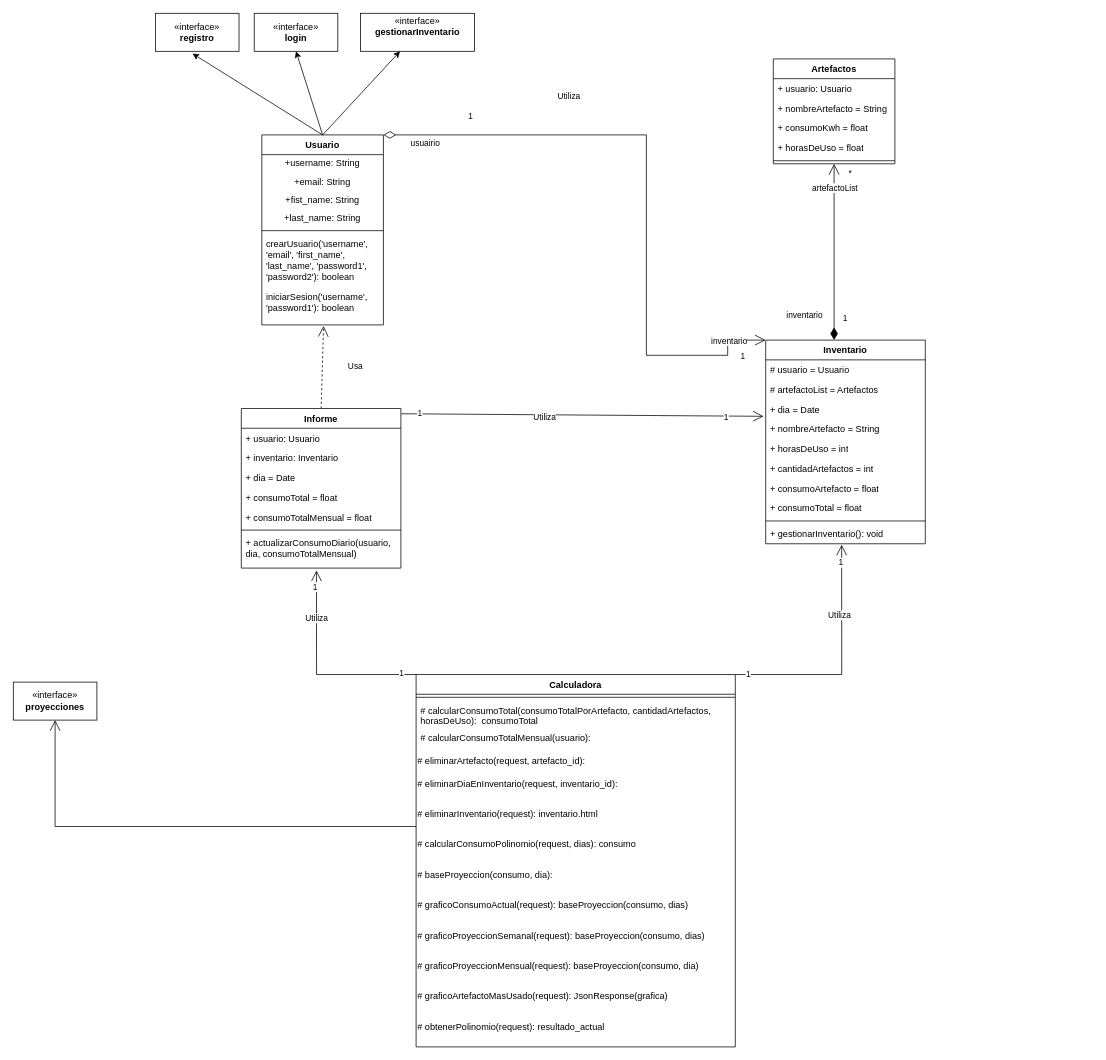
This is consumoEnergia.drawio from SantiagoTamayo2002/UML, a draw.io file, before an edit. Source tidied: cells renumbered, new cells numbered last; positions are measured from the earlier drawing's top-left corner, leaving out a move shared by most shapes. Both pictures are drawn from the tidied source at 76%, with x=0, y=0 at pixel (13, 13).
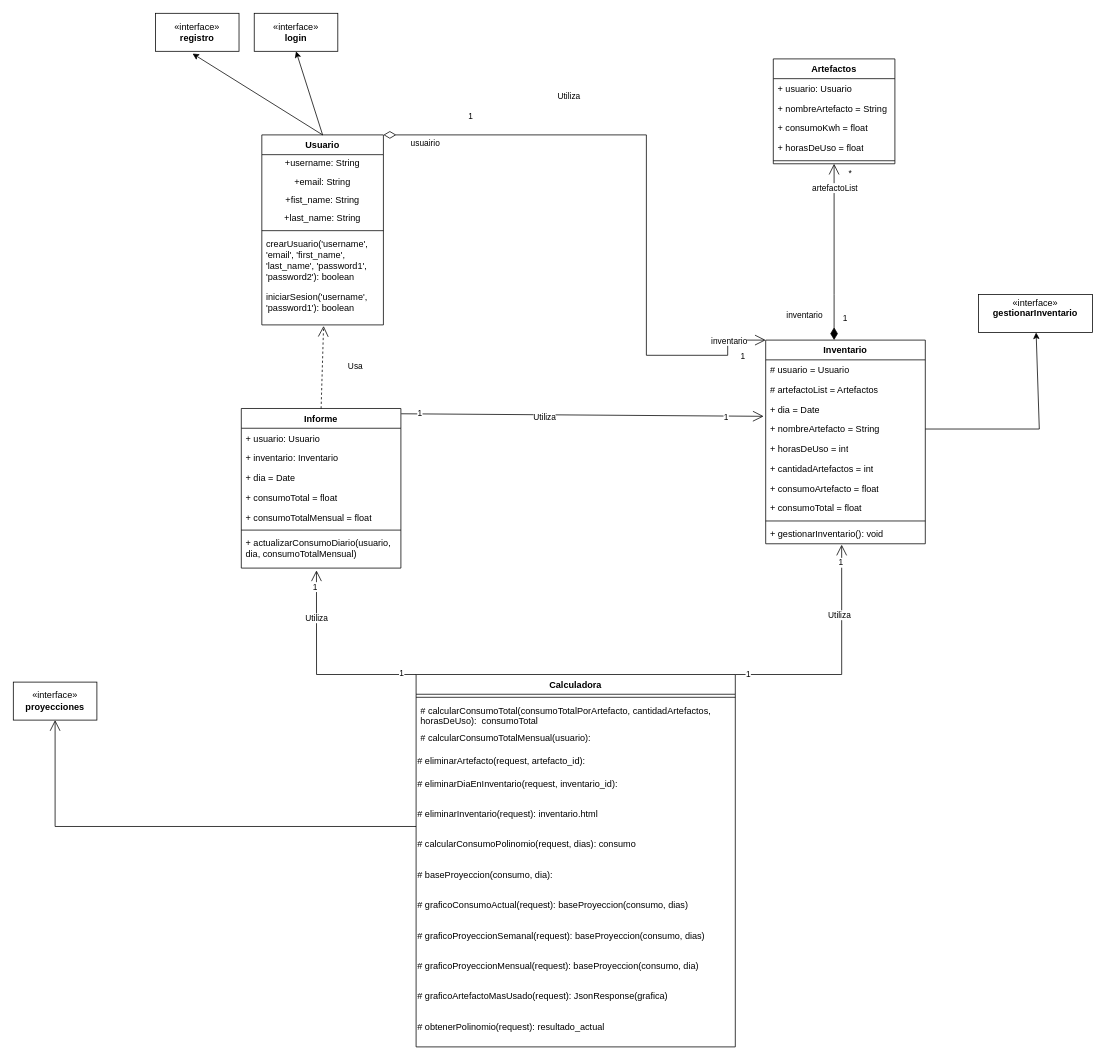
The same page after the edit.

The change refers to these unchanged cells:
```xml
<mxCell id="2" value="Usuario" style="swimlane;fontStyle=1;align=center;verticalAlign=top;horizontal=1;startSize=26;whiteSpace=wrap;html=1;" parent="1" vertex="1">
  <mxGeometry x="327" y="160" width="160" height="250" as="geometry" />
</mxCell>
<mxCell id="14" value="+ nombreArtefacto = String" style="text;strokeColor=none;fillColor=none;align=left;verticalAlign=top;spacingLeft=4;spacingRight=4;overflow=hidden;points=[[0,0.5],[1,0.5]];portConstraint=eastwest;whiteSpace=wrap;html=1;" parent="10" vertex="1">
  <mxGeometry y="104" width="210" height="26" as="geometry" />
</mxCell>
```

The edit, as a diff of the source:
```diff
@@
     <mxCell id="45" value="«interface»&lt;br&gt;&lt;b&gt;gestionarInventario&lt;br&gt;&lt;br&gt;&lt;/b&gt;" style="html=1;whiteSpace=wrap;" parent="1" vertex="1">
-      <mxGeometry x="457" width="150" height="50" as="geometry" />
+      <mxGeometry x="1270" y="370" width="150" height="50" as="geometry" />
     </mxCell>
@@
-    <mxCell id="48" style="endArrow=classic;html=1;rounded=0;exitX=0.5;exitY=0;exitDx=0;exitDy=0;" parent="1" edge="1" source="2" target="45">
-      <mxGeometry relative="1" as="geometry" />
+    <mxCell id="48" style="endArrow=classic;html=1;rounded=0;exitX=1;exitY=0.5;exitDx=0;exitDy=0;" parent="1" edge="1" source="14" target="45">
+      <mxGeometry relative="1" as="geometry">
+        <Array as="points">
+          <mxPoint x="1350" y="547" />
+        </Array>
+      </mxGeometry>
     </mxCell>
```
